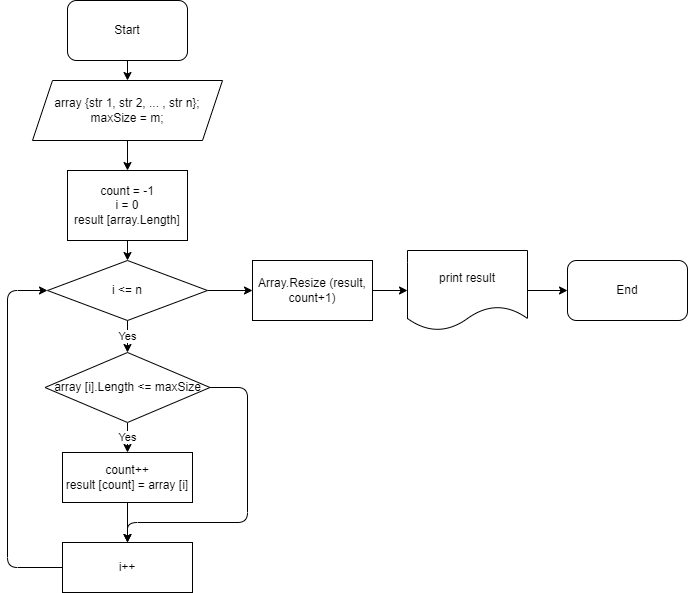
BLI3980/GB_1stQuarter_Testwork keeps this draw.io diagram as images/Diagram.drawio.png. Above is the earlier version. Source tidied: cells renumbered, new cells last; positions are measured from the earlier drawing's top-left corner, leaving out a move shared by most shapes.
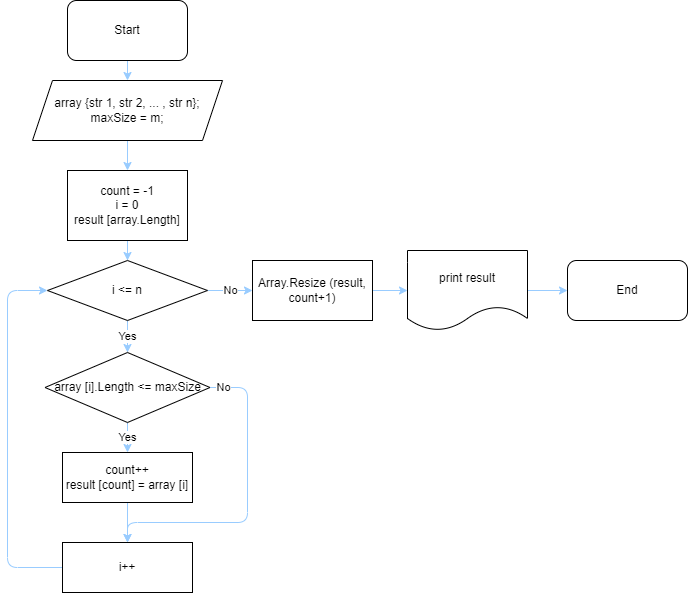
Later version of the same file.

Commit message:
3rd correction of the diagram

Diff of the diagram source:
```diff
@@ -1,56 +1,57 @@
-<mxGraphModel background="#ffffff">
+<mxGraphModel>
   <root>
     <mxCell id="0" />
     <mxCell id="1" parent="0" />
-    <mxCell id="2" style="edgeStyle=none;html=1;exitX=0.5;exitY=1;exitDx=0;exitDy=0;entryX=0.5;entryY=0;entryDx=0;entryDy=0;" parent="1" edge="1" source="3" target="5">
+    <mxCell id="2" style="edgeStyle=none;html=1;exitX=0.5;exitY=1;exitDx=0;exitDy=0;entryX=0.5;entryY=0;entryDx=0;entryDy=0;strokeColor=#99CCFF;" parent="1" edge="1" source="3" target="5">
       <mxGeometry relative="1" as="geometry" />
     </mxCell>
     <mxCell id="3" value="Start" style="rounded=1;whiteSpace=wrap;html=1;" parent="1" vertex="1">
       <mxGeometry x="60" width="120" height="60" as="geometry" />
     </mxCell>
-    <mxCell id="4" style="edgeStyle=none;html=1;exitX=0.5;exitY=1;exitDx=0;exitDy=0;entryX=0.5;entryY=0;entryDx=0;entryDy=0;" parent="1" edge="1" source="5" target="7">
+    <mxCell id="4" style="edgeStyle=none;html=1;exitX=0.5;exitY=1;exitDx=0;exitDy=0;entryX=0.5;entryY=0;entryDx=0;entryDy=0;strokeColor=#99CCFF;" parent="1" edge="1" source="5" target="7">
       <mxGeometry relative="1" as="geometry" />
     </mxCell>
     <mxCell id="5" value="array {str 1, str 2, ... , str n};&lt;br&gt;maxSize = m;" style="shape=parallelogram;perimeter=parallelogramPerimeter;whiteSpace=wrap;html=1;fixedSize=1;" parent="1" vertex="1">
       <mxGeometry x="25" y="80" width="190" height="60" as="geometry" />
     </mxCell>
-    <mxCell id="6" style="edgeStyle=none;html=1;exitX=0.5;exitY=1;exitDx=0;exitDy=0;entryX=0.5;entryY=0;entryDx=0;entryDy=0;" parent="1" edge="1" source="7" target="10">
+    <mxCell id="6" style="edgeStyle=none;html=1;exitX=0.5;exitY=1;exitDx=0;exitDy=0;entryX=0.5;entryY=0;entryDx=0;entryDy=0;strokeColor=#99CCFF;" parent="1" edge="1" source="7" target="10">
       <mxGeometry relative="1" as="geometry" />
     </mxCell>
     <mxCell id="7" value="count = -1&lt;br&gt;i = 0&lt;br&gt;result [array.Length]" style="rounded=0;whiteSpace=wrap;html=1;" parent="1" vertex="1">
       <mxGeometry x="60" y="170" width="120" height="70" as="geometry" />
     </mxCell>
-    <mxCell id="8" value="Yes" style="edgeStyle=none;html=1;exitX=0.5;exitY=1;exitDx=0;exitDy=0;entryX=0.5;entryY=0;entryDx=0;entryDy=0;" parent="1" edge="1" source="10" target="13">
+    <mxCell id="8" value="Yes" style="edgeStyle=none;html=1;exitX=0.5;exitY=1;exitDx=0;exitDy=0;entryX=0.5;entryY=0;entryDx=0;entryDy=0;strokeColor=#99CCFF;" parent="1" edge="1" source="10" target="13">
       <mxGeometry relative="1" as="geometry" />
     </mxCell>
-    <mxCell id="9" style="edgeStyle=none;html=1;exitX=1;exitY=0.5;exitDx=0;exitDy=0;entryX=0;entryY=0.5;entryDx=0;entryDy=0;" parent="1" edge="1" source="10" target="22">
+    <mxCell id="9" value="No" style="edgeStyle=none;html=1;exitX=1;exitY=0.5;exitDx=0;exitDy=0;entryX=0;entryY=0.5;entryDx=0;entryDy=0;strokeColor=#99CCFF;" parent="1" edge="1" source="10" target="22">
       <mxGeometry relative="1" as="geometry" />
     </mxCell>
     <mxCell id="10" value="i &amp;lt;= n" style="rhombus;whiteSpace=wrap;html=1;" parent="1" vertex="1">
       <mxGeometry x="40" y="260" width="160" height="60" as="geometry" />
     </mxCell>
-    <mxCell id="11" value="Yes" style="edgeStyle=none;html=1;exitX=0.5;exitY=1;exitDx=0;exitDy=0;entryX=0.5;entryY=0;entryDx=0;entryDy=0;" parent="1" edge="1" source="13" target="15">
+    <mxCell id="11" value="Yes" style="edgeStyle=none;html=1;exitX=0.5;exitY=1;exitDx=0;exitDy=0;entryX=0.5;entryY=0;entryDx=0;entryDy=0;strokeColor=#99CCFF;" parent="1" edge="1" source="13" target="15">
       <mxGeometry relative="1" as="geometry" />
     </mxCell>
-    <mxCell id="12" style="edgeStyle=none;html=1;exitX=1;exitY=0.5;exitDx=0;exitDy=0;entryX=0.5;entryY=0;entryDx=0;entryDy=0;" parent="1" edge="1" source="13" target="17">
-      <mxGeometry relative="1" as="geometry">
+    <mxCell id="12" value="No" style="edgeStyle=none;html=1;exitX=1;exitY=0.5;exitDx=0;exitDy=0;entryX=0.5;entryY=0;entryDx=0;entryDy=0;strokeColor=#99CCFF;" parent="1" edge="1" source="13" target="17">
+      <mxGeometry x="-0.92" relative="1" as="geometry">
         <Array as="points">
           <mxPoint x="240" y="387" />
           <mxPoint x="240" y="522" />
           <mxPoint x="120" y="522" />
         </Array>
+        <mxPoint x="1" as="offset" />
       </mxGeometry>
     </mxCell>
     <mxCell id="13" value="array [i].Length &amp;lt;= maxSize" style="rhombus;whiteSpace=wrap;html=1;" parent="1" vertex="1">
       <mxGeometry x="37.5" y="352" width="165" height="70" as="geometry" />
     </mxCell>
-    <mxCell id="14" style="edgeStyle=none;html=1;exitX=0.5;exitY=1;exitDx=0;exitDy=0;entryX=0.5;entryY=0;entryDx=0;entryDy=0;" parent="1" edge="1" source="15" target="17">
+    <mxCell id="14" style="edgeStyle=none;html=1;exitX=0.5;exitY=1;exitDx=0;exitDy=0;entryX=0.5;entryY=0;entryDx=0;entryDy=0;strokeColor=#99CCFF;" parent="1" edge="1" source="15" target="17">
       <mxGeometry relative="1" as="geometry" />
     </mxCell>
     <mxCell id="15" value="count++&lt;br&gt;result [count] = array [i]" style="rounded=0;whiteSpace=wrap;html=1;" parent="1" vertex="1">
       <mxGeometry x="55" y="452" width="130" height="50" as="geometry" />
     </mxCell>
-    <mxCell id="16" style="edgeStyle=none;html=1;exitX=0;exitY=0.5;exitDx=0;exitDy=0;entryX=0;entryY=0.5;entryDx=0;entryDy=0;" parent="1" edge="1" source="17" target="10">
+    <mxCell id="16" style="edgeStyle=none;html=1;exitX=0;exitY=0.5;exitDx=0;exitDy=0;entryX=0;entryY=0.5;entryDx=0;entryDy=0;strokeColor=#99CCFF;" parent="1" edge="1" source="17" target="10">
       <mxGeometry relative="1" as="geometry">
         <Array as="points">
           <mxPoint y="567" />
@@ -61,7 +62,7 @@
     <mxCell id="17" value="i++" style="rounded=0;whiteSpace=wrap;html=1;" parent="1" vertex="1">
       <mxGeometry x="55" y="542" width="130" height="50" as="geometry" />
     </mxCell>
-    <mxCell id="18" style="edgeStyle=none;html=1;exitX=1;exitY=0.5;exitDx=0;exitDy=0;entryX=0;entryY=0.5;entryDx=0;entryDy=0;" parent="1" edge="1" source="19" target="20">
+    <mxCell id="18" style="edgeStyle=none;html=1;exitX=1;exitY=0.5;exitDx=0;exitDy=0;entryX=0;entryY=0.5;entryDx=0;entryDy=0;strokeColor=#99CCFF;" parent="1" edge="1" source="19" target="20">
       <mxGeometry relative="1" as="geometry" />
     </mxCell>
     <mxCell id="19" value="print result" style="shape=document;whiteSpace=wrap;html=1;boundedLbl=1;" parent="1" vertex="1">
@@ -70,7 +71,7 @@
     <mxCell id="20" value="End" style="rounded=1;whiteSpace=wrap;html=1;" parent="1" vertex="1">
       <mxGeometry x="560" y="260" width="120" height="60" as="geometry" />
     </mxCell>
-    <mxCell id="21" style="edgeStyle=none;html=1;exitX=1;exitY=0.5;exitDx=0;exitDy=0;entryX=0;entryY=0.5;entryDx=0;entryDy=0;" parent="1" edge="1" source="22" target="19">
+    <mxCell id="21" style="edgeStyle=none;html=1;exitX=1;exitY=0.5;exitDx=0;exitDy=0;entryX=0;entryY=0.5;entryDx=0;entryDy=0;strokeColor=#99CCFF;" parent="1" edge="1" source="22" target="19">
       <mxGeometry relative="1" as="geometry" />
     </mxCell>
     <mxCell id="22" value="Array.Resize (result, count+1)" style="rounded=0;whiteSpace=wrap;html=1;" parent="1" vertex="1">
```
